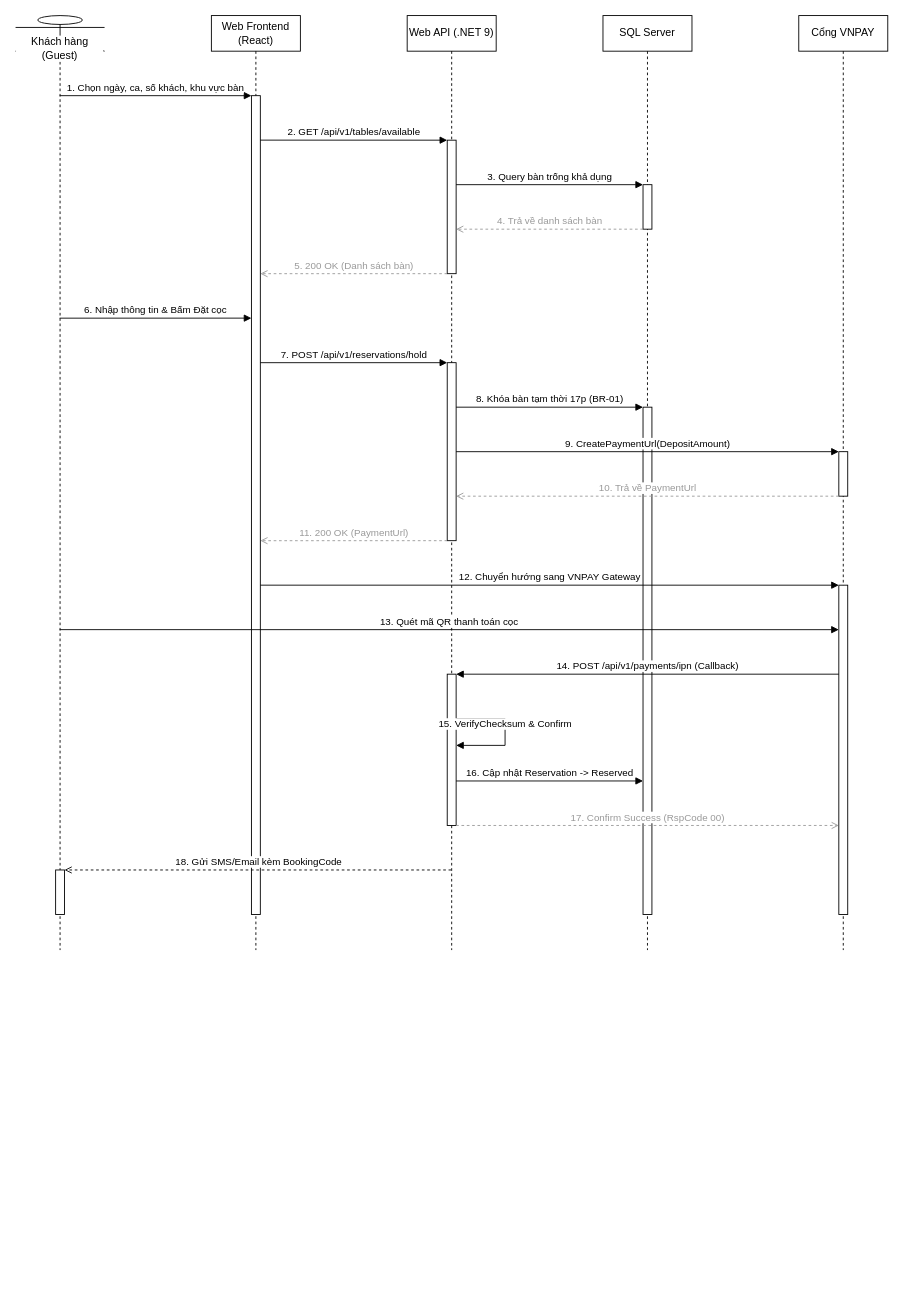
AndrewQng/VinDining keeps this draw.io diagram as docs/phase1/drawio/sd01_reservation_vnpay.drawio. Above is the earlier version. Source tidied: cells renumbered, new cells numbered last; positions are measured from the earlier drawing's top-left corner, leaving out a move shared by most shapes. Both pictures are drawn from the tidied source at 89%, with x=0, y=0 at pixel (15, 15).
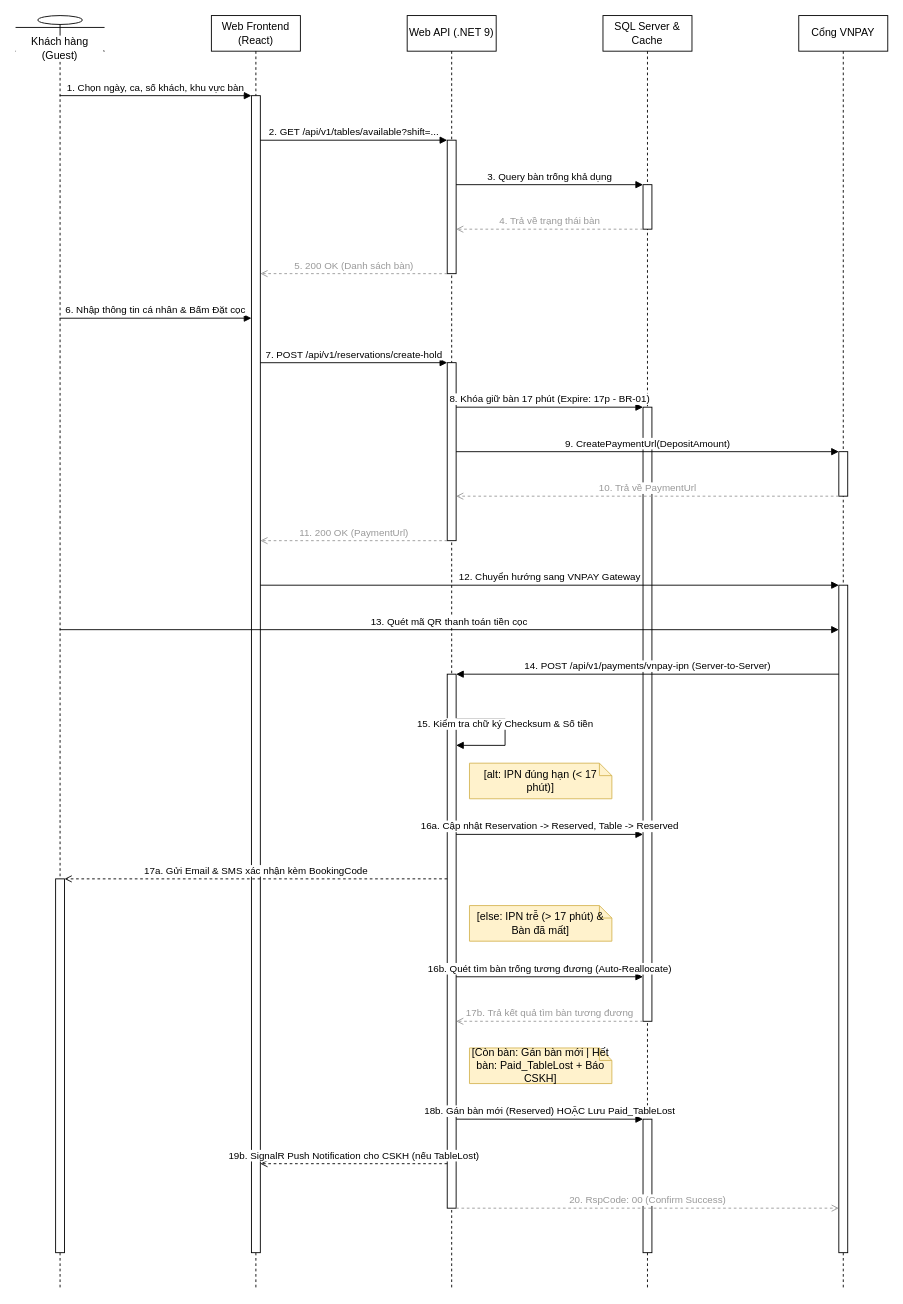
Above is the later version.

Commit message (it also covers changes not shown here):
feat(diagrams): redraw and standardize diagrams for late IPN, table lock, and fix class diagram routing

The change refers to these unchanged cells:
```xml
<mxCell id="7" style="html=1;points=[];perimeter=orthogonalPerimeter;outlineConnect=0;fillColor=#ffffff;" parent="5" vertex="1">
  <mxGeometry x="45" y="190" width="10" height="50" as="geometry" />
</mxCell>
<mxCell id="8" style="html=1;points=[];perimeter=orthogonalPerimeter;outlineConnect=0;fillColor=#ffffff;" parent="4" vertex="1">
  <mxGeometry x="45" y="140" width="10" height="150" as="geometry" />
</mxCell>
<mxCell id="10" style="html=1;points=[];perimeter=orthogonalPerimeter;outlineConnect=0;fillColor=#ffffff;" parent="4" vertex="1">
  <mxGeometry x="45" y="390" width="10" height="200" as="geometry" />
</mxCell>
```

Diff of the diagram source:
```diff
@@
     <mxCell id="2" value="Khách hàng (Guest)" style="shape=umlLifeline;perimeter=lifelinePerimeter;whiteSpace=wrap;html=1;outlineConnect=0;portConstraint=eastwest;size=40;participant=umlActor;verticalAlign=bottom;spacingBottom=-14;labelBackgroundColor=#ffffff;" parent="1" vertex="1">
-      <mxGeometry width="100" height="1050" as="geometry" />
+      <mxGeometry width="100" height="1430" as="geometry" />
     </mxCell>
     <mxCell id="3" value="Web Frontend (React)" style="shape=umlLifeline;perimeter=lifelinePerimeter;whiteSpace=wrap;html=1;size=40;" parent="1" vertex="1">
-      <mxGeometry x="220" width="100" height="1050" as="geometry" />
+      <mxGeometry x="220" width="100" height="1430" as="geometry" />
     </mxCell>
     <mxCell id="4" value="Web API (.NET 9)" style="shape=umlLifeline;perimeter=lifelinePerimeter;whiteSpace=wrap;html=1;outlineConnect=0;portConstraint=eastwest;size=40;" parent="1" vertex="1">
-      <mxGeometry x="440" width="100" height="1050" as="geometry" />
+      <mxGeometry x="440" width="100" height="1430" as="geometry" />
     </mxCell>
-    <mxCell id="5" value="SQL Server" style="shape=umlLifeline;perimeter=lifelinePerimeter;whiteSpace=wrap;html=1;size=40;" parent="1" vertex="1">
-      <mxGeometry x="660" width="100" height="1050" as="geometry" />
+    <mxCell id="5" value="SQL Server &amp; Cache" style="shape=umlLifeline;perimeter=lifelinePerimeter;whiteSpace=wrap;html=1;size=40;" parent="1" vertex="1">
+      <mxGeometry x="660" width="100" height="1430" as="geometry" />
     </mxCell>
     <mxCell id="6" value="Cổng VNPAY" style="shape=umlLifeline;perimeter=lifelinePerimeter;whiteSpace=wrap;html=1;size=40;" parent="1" vertex="1">
-      <mxGeometry x="880" width="100" height="1050" as="geometry" />
+      <mxGeometry x="880" width="100" height="1430" as="geometry" />
     </mxCell>
@@
-    <mxCell id="11" style="html=1;points=[];perimeter=orthogonalPerimeter;outlineConnect=0;fillColor=#ffffff;" parent="4" vertex="1">
-      <mxGeometry x="45" y="740" width="10" height="170" as="geometry" />
+    <mxCell id="11" style="html=1;points=[];perimeter=orthogonalPerimeter;outlineConnect=0;fillColor=#ffffff;" parent="5" vertex="1">
+      <mxGeometry x="45" y="440" width="10" height="690" as="geometry" />
     </mxCell>
-    <mxCell id="12" style="html=1;points=[];perimeter=orthogonalPerimeter;outlineConnect=0;fillColor=#ffffff;" parent="3" vertex="1">
-      <mxGeometry x="45" y="90" width="10" height="920" as="geometry" />
+    <mxCell id="12" style="html=1;points=[];perimeter=orthogonalPerimeter;outlineConnect=0;fillColor=#ffffff;" parent="4" vertex="1">
+      <mxGeometry x="45" y="740" width="10" height="600" as="geometry" />
     </mxCell>
-    <mxCell id="13" style="html=1;points=[];perimeter=orthogonalPerimeter;outlineConnect=0;fillColor=#ffffff;" parent="5" vertex="1">
-      <mxGeometry x="45" y="440" width="10" height="570" as="geometry" />
+    <mxCell id="13" style="html=1;points=[];perimeter=orthogonalPerimeter;outlineConnect=0;fillColor=#ffffff;" parent="3" vertex="1">
+      <mxGeometry x="45" y="90" width="10" height="1300" as="geometry" />
     </mxCell>
     <mxCell id="14" style="html=1;points=[];perimeter=orthogonalPerimeter;outlineConnect=0;fillColor=#ffffff;" parent="6" vertex="1">
-      <mxGeometry x="45" y="640" width="10" height="370" as="geometry" />
+      <mxGeometry x="45" y="640" width="10" height="750" as="geometry" />
     </mxCell>
     <mxCell id="15" style="html=1;points=[];perimeter=orthogonalPerimeter;outlineConnect=0;fillColor=#ffffff;" parent="2" vertex="1">
-      <mxGeometry x="45" y="960" width="10" height="50" as="geometry" />
+      <mxGeometry x="45" y="970" width="10" height="420" as="geometry" />
     </mxCell>
+    <mxCell id="34" style="html=1;points=[];perimeter=orthogonalPerimeter;outlineConnect=0;fillColor=#ffffff;" parent="5" vertex="1">
+      <mxGeometry x="45" y="1240" width="10" height="150" as="geometry" />
+    </mxCell>
-    <mxCell id="16" value="1. Chọn ngày, ca, số khách, khu vực bàn" style="html=1;verticalAlign=bottom;endArrow=block;curved=0;rounded=0;exitX=0.5;exitY=0.0857;entryX=0;entryY=0.0;" parent="1" edge="1" source="2" target="12">
+    <mxCell id="16" value="1. Chọn ngày, ca, số khách, khu vực bàn" style="html=1;verticalAlign=bottom;endArrow=block;curved=0;rounded=0;exitX=0.5;exitY=0.0629;entryX=0;entryY=0.0;" parent="1" edge="1" source="2" target="13">
       <mxGeometry relative="1" as="geometry" />
     </mxCell>
-    <mxCell id="17" value="2. GET /api/v1/tables/available" style="html=1;verticalAlign=bottom;endArrow=block;curved=0;rounded=0;exitX=1;exitY=0.0543;entryX=0;entryY=0.0;" parent="1" edge="1" source="12" target="8">
+    <mxCell id="17" value="2. GET /api/v1/tables/available?shift=..." style="html=1;verticalAlign=bottom;endArrow=block;curved=0;rounded=0;exitX=1;exitY=0.0385;entryX=0;entryY=0.0;" parent="1" edge="1" source="13" target="8">
       <mxGeometry relative="1" as="geometry" />
     </mxCell>
@@
-    <mxCell id="19" value="4. Trả về danh sách bàn" style="html=1;verticalAlign=bottom;endArrow=open;dashed=1;curved=0;rounded=0;strokeColor=#999999;fontColor=#999999;exitX=0;exitY=1.0;entryX=1;entryY=0.6667;" parent="1" edge="1" source="7" target="8">
+    <mxCell id="19" value="4. Trả về trạng thái bàn" style="html=1;verticalAlign=bottom;endArrow=open;dashed=1;curved=0;rounded=0;strokeColor=#999999;fontColor=#999999;exitX=0;exitY=1.0;entryX=1;entryY=0.6667;" parent="1" edge="1" source="7" target="8">
       <mxGeometry relative="1" as="geometry" />
     </mxCell>
-    <mxCell id="20" value="5. 200 OK (Danh sách bàn)" style="html=1;verticalAlign=bottom;endArrow=open;dashed=1;curved=0;rounded=0;strokeColor=#999999;fontColor=#999999;exitX=0;exitY=1.0;entryX=1;entryY=0.2174;" parent="1" edge="1" source="8" target="12">
+    <mxCell id="20" value="5. 200 OK (Danh sách bàn)" style="html=1;verticalAlign=bottom;endArrow=open;dashed=1;curved=0;rounded=0;strokeColor=#999999;fontColor=#999999;exitX=0;exitY=1.0;entryX=1;entryY=0.1538;" parent="1" edge="1" source="8" target="13">
       <mxGeometry relative="1" as="geometry" />
     </mxCell>
-    <mxCell id="21" value="6. Nhập thông tin &amp; Bấm Đặt cọc" style="html=1;verticalAlign=bottom;endArrow=block;curved=0;rounded=0;exitX=0.5;exitY=0.3238;entryX=0;entryY=0.2717;" parent="1" edge="1" source="2" target="12">
+    <mxCell id="21" value="6. Nhập thông tin cá nhân &amp; Bấm Đặt cọc" style="html=1;verticalAlign=bottom;endArrow=block;curved=0;rounded=0;exitX=0.5;exitY=0.2378;entryX=0;entryY=0.1923;" parent="1" edge="1" source="2" target="13">
       <mxGeometry relative="1" as="geometry" />
     </mxCell>
-    <mxCell id="22" value="7. POST /api/v1/reservations/hold" style="html=1;verticalAlign=bottom;endArrow=block;curved=0;rounded=0;exitX=1;exitY=0.3261;entryX=0;entryY=0.0;" parent="1" edge="1" source="12" target="10">
+    <mxCell id="22" value="7. POST /api/v1/reservations/create-hold" style="html=1;verticalAlign=bottom;endArrow=block;curved=0;rounded=0;exitX=1;exitY=0.2308;entryX=0;entryY=0.0;" parent="1" edge="1" source="13" target="10">
       <mxGeometry relative="1" as="geometry" />
     </mxCell>
-    <mxCell id="23" value="8. Khóa bàn tạm thời 17p (BR-01)" style="html=1;verticalAlign=bottom;endArrow=block;curved=0;rounded=0;exitX=1;exitY=0.25;entryX=0;entryY=0.0;" parent="1" edge="1" source="10" target="13">
+    <mxCell id="23" value="8. Khóa giữ bàn 17 phút (Expire: 17p - BR-01)" style="html=1;verticalAlign=bottom;endArrow=block;curved=0;rounded=0;exitX=1;exitY=0.25;entryX=0;entryY=0.0;" parent="1" edge="1" source="10" target="11">
       <mxGeometry relative="1" as="geometry" />
     </mxCell>
@@
-    <mxCell id="26" value="11. 200 OK (PaymentUrl)" style="html=1;verticalAlign=bottom;endArrow=open;dashed=1;curved=0;rounded=0;strokeColor=#999999;fontColor=#999999;exitX=0;exitY=1.0;entryX=1;entryY=0.5435;" parent="1" edge="1" source="10" target="12">
+    <mxCell id="26" value="11. 200 OK (PaymentUrl)" style="html=1;verticalAlign=bottom;endArrow=open;dashed=1;curved=0;rounded=0;strokeColor=#999999;fontColor=#999999;exitX=0;exitY=1.0;entryX=1;entryY=0.3846;" parent="1" edge="1" source="10" target="13">
       <mxGeometry relative="1" as="geometry" />
     </mxCell>
-    <mxCell id="27" value="12. Chuyển hướng sang VNPAY Gateway" style="html=1;verticalAlign=bottom;endArrow=block;curved=0;rounded=0;exitX=1;exitY=0.5978;entryX=0;entryY=0.0;" parent="1" edge="1" source="12" target="14">
+    <mxCell id="27" value="12. Chuyển hướng sang VNPAY Gateway" style="html=1;verticalAlign=bottom;endArrow=block;curved=0;rounded=0;exitX=1;exitY=0.4231;entryX=0;entryY=0.0;" parent="1" edge="1" source="13" target="14">
       <mxGeometry relative="1" as="geometry" />
     </mxCell>
-    <mxCell id="28" value="13. Quét mã QR thanh toán cọc" style="html=1;verticalAlign=bottom;endArrow=block;curved=0;rounded=0;exitX=0.5;exitY=0.6571;entryX=0;entryY=0.1351;" parent="1" edge="1" source="2" target="14">
+    <mxCell id="28" value="13. Quét mã QR thanh toán tiền cọc" style="html=1;verticalAlign=bottom;endArrow=block;curved=0;rounded=0;exitX=0.5;exitY=0.4825;entryX=0;entryY=0.0667;" parent="1" edge="1" source="2" target="14">
       <mxGeometry relative="1" as="geometry" />
     </mxCell>
-    <mxCell id="29" value="14. POST /api/v1/payments/ipn (Callback)" style="html=1;verticalAlign=bottom;endArrow=block;curved=0;rounded=0;exitX=0;exitY=0.2703;entryX=1;entryY=0.0;" parent="1" edge="1" source="14" target="11">
+    <mxCell id="29" value="14. POST /api/v1/payments/vnpay-ipn (Server-to-Server)" style="html=1;verticalAlign=bottom;endArrow=block;curved=0;rounded=0;exitX=0;exitY=0.1333;entryX=1;entryY=0.0;" parent="1" edge="1" source="14" target="12">
       <mxGeometry relative="1" as="geometry" />
     </mxCell>
-    <mxCell id="30" value="15. VerifyChecksum &amp; Confirm" style="html=1;verticalAlign=bottom;endArrow=block;curved=0;rounded=0;exitX=1;exitY=0.2941;entryX=1;entryY=0.4706;" parent="1" edge="1" source="11" target="11">
+    <mxCell id="30" value="15. Kiểm tra chữ ký Checksum &amp; Số tiền" style="html=1;verticalAlign=bottom;endArrow=block;curved=0;rounded=0;exitX=1;exitY=0.0833;entryX=1;entryY=0.1333;" parent="1" edge="1" source="12" target="12">
       <mxGeometry relative="1" as="geometry">
         <Array as="points">
           <mxPoint x="550" y="790" />
           <mxPoint x="550" y="820" />
         </Array>
       </mxGeometry>
     </mxCell>
-    <mxCell id="31" value="16. Cập nhật Reservation -&gt; Reserved" style="html=1;verticalAlign=bottom;endArrow=block;curved=0;rounded=0;exitX=1;exitY=0.7059;entryX=0;entryY=0.7368;" parent="1" edge="1" source="11" target="13">
-      <mxGeometry relative="1" as="geometry" />
-    </mxCell>
+    <mxCell id="35" value="[alt: IPN đúng hạn (&lt; 17 phút)]" style="shape=note;whiteSpace=wrap;html=1;size=14;fillColor=#fff2cc;strokeColor=#d6b656;" parent="1" vertex="1">
+      <mxGeometry x="510" y="840" width="160" height="40" as="geometry" />
+    </mxCell>
-    <mxCell id="32" value="17. Confirm Success (RspCode 00)" style="html=1;verticalAlign=bottom;endArrow=open;dashed=1;curved=0;rounded=0;strokeColor=#999999;fontColor=#999999;exitX=1;exitY=1.0;entryX=0;entryY=0.7297;" parent="1" edge="1" source="11" target="14">
+    <mxCell id="32" value="16a. Cập nhật Reservation -&gt; Reserved, Table -&gt; Reserved" style="html=1;verticalAlign=bottom;endArrow=block;curved=0;rounded=0;exitX=1;exitY=0.3;entryX=0;entryY=0.6957;" parent="1" edge="1" source="12" target="11">
       <mxGeometry relative="1" as="geometry" />
     </mxCell>
-    <mxCell id="33" value="18. Gửi SMS/Email kèm BookingCode" style="html=1;verticalAlign=bottom;endArrow=open;dashed=1;curved=0;rounded=0;exitX=0.5;exitY=0.9143;entryX=1;entryY=0.0;" parent="1" edge="1" source="4" target="15">
+    <mxCell id="33" value="17a. Gửi Email &amp; SMS xác nhận kèm BookingCode" style="html=1;verticalAlign=bottom;endArrow=open;dashed=1;curved=0;rounded=0;exitX=0;exitY=0.3833;entryX=1;entryY=0.0;" parent="1" edge="1" source="12" target="15">
       <mxGeometry relative="1" as="geometry" />
     </mxCell>
+    <mxCell id="36" value="[else: IPN trễ (&gt; 17 phút) &amp; Bàn đã mất]" style="shape=note;whiteSpace=wrap;html=1;size=14;fillColor=#fff2cc;strokeColor=#d6b656;" parent="1" vertex="1">
+      <mxGeometry x="510" y="1000" width="160" height="40" as="geometry" />
+    </mxCell>
+    <mxCell id="37" value="16b. Quét tìm bàn trống tương đương (Auto-Reallocate)" style="html=1;verticalAlign=bottom;endArrow=block;curved=0;rounded=0;exitX=1;exitY=0.5667;entryX=0;entryY=0.9275;" parent="1" edge="1" source="12" target="11">
+      <mxGeometry relative="1" as="geometry" />
+    </mxCell>
+    <mxCell id="38" value="17b. Trả kết quả tìm bàn tương đương" style="html=1;verticalAlign=bottom;endArrow=open;dashed=1;curved=0;rounded=0;strokeColor=#999999;fontColor=#999999;exitX=0;exitY=1.0;entryX=1;entryY=0.65;" parent="1" edge="1" source="11" target="12">
+      <mxGeometry relative="1" as="geometry" />
+    </mxCell>
+    <mxCell id="39" value="[Còn bàn: Gán bàn mới | Hết bàn: Paid_TableLost + Báo CSKH]" style="shape=note;whiteSpace=wrap;html=1;size=14;fillColor=#fff2cc;strokeColor=#d6b656;" parent="1" vertex="1">
+      <mxGeometry x="510" y="1160" width="160" height="40" as="geometry" />
+    </mxCell>
+    <mxCell id="40" value="18b. Gán bàn mới (Reserved) HOẶC Lưu Paid_TableLost" style="html=1;verticalAlign=bottom;endArrow=block;curved=0;rounded=0;exitX=1;exitY=0.8333;entryX=0;entryY=0.0;" parent="1" edge="1" source="12" target="34">
+      <mxGeometry relative="1" as="geometry" />
+    </mxCell>
+    <mxCell id="41" value="19b. SignalR Push Notification cho CSKH (nếu TableLost)" style="html=1;verticalAlign=bottom;endArrow=open;dashed=1;curved=0;rounded=0;exitX=0;exitY=0.9167;entryX=1;entryY=0.9231;" parent="1" edge="1" source="12" target="13">
+      <mxGeometry relative="1" as="geometry" />
+    </mxCell>
+    <mxCell id="42" value="20. RspCode: 00 (Confirm Success)" style="html=1;verticalAlign=bottom;endArrow=open;dashed=1;curved=0;rounded=0;strokeColor=#999999;fontColor=#999999;exitX=1;exitY=1.0;entryX=0;entryY=0.9333;" parent="1" edge="1" source="12" target="14">
+      <mxGeometry relative="1" as="geometry" />
+    </mxCell>
```
